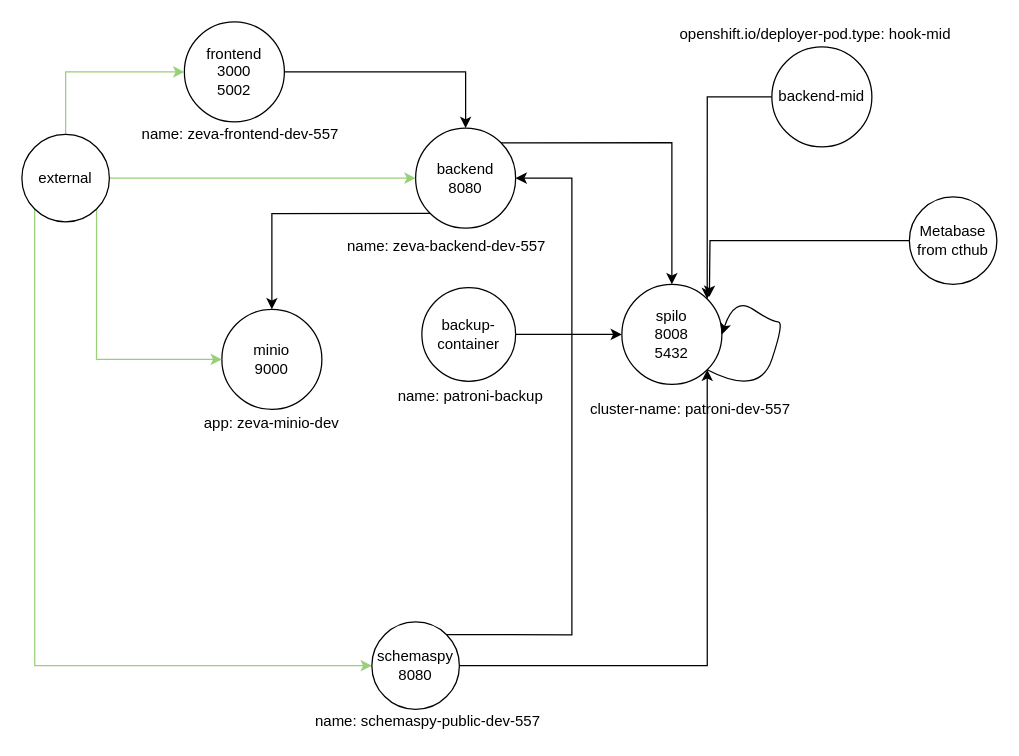
Earlier version of the draw.io diagram openshift/templates/knp/knp-diagram.drawio (bcgov/zeva). Source tidied: cells renumbered, new cells numbered last; positions are measured from the earlier drawing's top-left corner, leaving out a move shared by most shapes. Both pictures are drawn from the tidied source at 125%, with x=0, y=0 at pixel (21, 21).
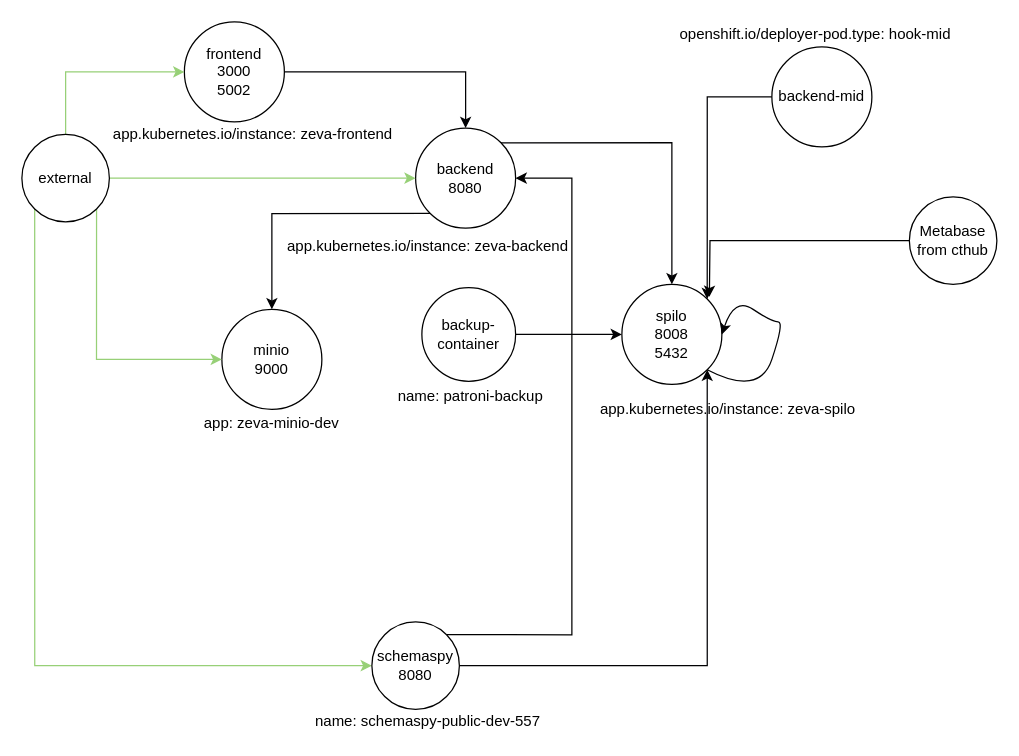
The same page after the edit.

Commit message (it also covers changes not shown here):
add git model diagram for zeva

What changed in the source:
```diff
@@
-    <mxCell id="23" value="name: zeva-backend-dev-557" style="text;html=1;strokeColor=none;fillColor=none;align=center;verticalAlign=middle;whiteSpace=wrap;rounded=0;" parent="1" vertex="1">
-      <mxGeometry x="250" y="170" width="180" height="20" as="geometry" />
-    </mxCell>
-    <mxCell id="24" value="cluster-name: patroni-dev-557" style="text;html=1;strokeColor=none;fillColor=none;align=center;verticalAlign=middle;whiteSpace=wrap;rounded=0;" parent="1" vertex="1">
-      <mxGeometry x="450" y="300" width="170" height="20" as="geometry" />
+    <mxCell id="24" value="app.kubernetes.io/instance: zeva-spilo" style="text;html=1;strokeColor=none;fillColor=none;align=center;verticalAlign=middle;whiteSpace=wrap;rounded=0;" parent="1" vertex="1">
+      <mxGeometry x="450" y="300" width="230" height="20" as="geometry" />
     </mxCell>
@@
-    <mxCell id="27" value="name: zeva-frontend-dev-557" style="text;html=1;strokeColor=none;fillColor=none;align=center;verticalAlign=middle;whiteSpace=wrap;rounded=0;" parent="1" vertex="1">
-      <mxGeometry x="90" y="80" width="170" height="20" as="geometry" />
+    <mxCell id="27" value="app.kubernetes.io/instance: zeva-frontend" style="text;html=1;strokeColor=none;fillColor=none;align=center;verticalAlign=middle;whiteSpace=wrap;rounded=0;" parent="1" vertex="1">
+      <mxGeometry x="70" y="80" width="230" height="20" as="geometry" />
     </mxCell>
@@
+    <mxCell id="31" value="app.kubernetes.io/instance: zeva-backend" style="text;html=1;strokeColor=none;fillColor=none;align=center;verticalAlign=middle;whiteSpace=wrap;rounded=0;" parent="1" vertex="1">
+      <mxGeometry x="210" y="170" width="230" height="20" as="geometry" />
+    </mxCell>
```
